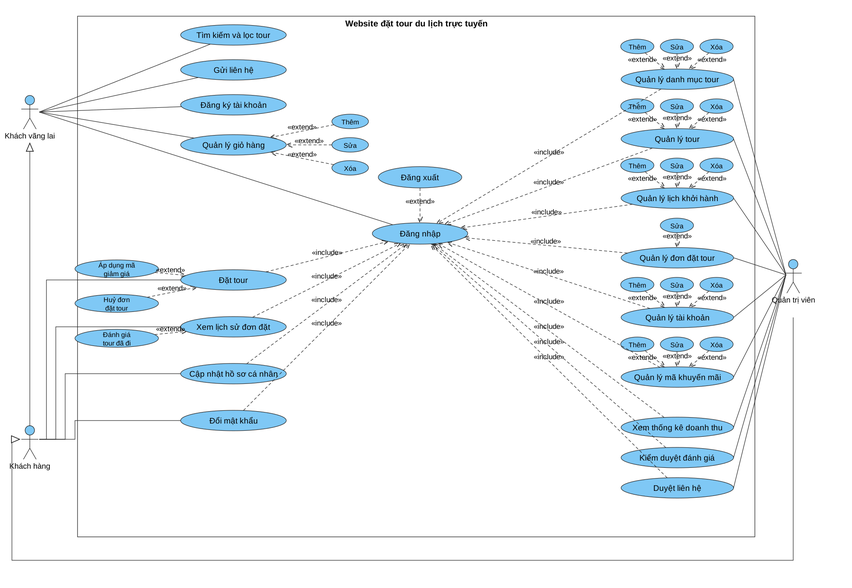
Above: docs/report/diagrams/png/UseCase_TongQuat.png in kanele05/project_www (PlantUML), before the change. Its source is kept beside it as docs/report/diagrams/src/UseCase_TongQuat.puml. Its diagram source:
```plantuml
@startuml UseCase_TongQuat_auto
left to right direction
skinparam dpi 140
skinparam defaultFontName "Liberation Sans"
skinparam defaultFontSize 12
skinparam backgroundColor white
skinparam shadowing false
skinparam ArrowColor black
skinparam ActorBackgroundColor #80CBF5
skinparam ActorBorderColor black
skinparam usecase {
  BackgroundColor #80CBF5
  BorderColor black
  BorderThickness 1
  ArrowColor black
}
skinparam rectangle {
  BackgroundColor white
  BorderColor black
  FontStyle bold
}
skinparam packageStyle rectangle

actor "Khách vãng lai" as KVL
actor "Khách hàng" as KH
actor "Quản trị viên" as QT

rectangle "Website đặt tour du lịch trực tuyến" {
  usecase "Tìm kiếm và lọc tour" as tk
  usecase "Gửi liên hệ" as lh
  usecase "Đăng ký tài khoản" as dk
  usecase "Quản lý giỏ hàng" as gh
  usecase "Thêm" as gh1
  usecase "Sửa" as gh2
  usecase "Xóa" as gh3
  usecase "Đăng nhập" as dn
  usecase "Đăng xuất" as dx
  usecase "Đặt tour" as dt
  usecase "Áp dụng mã\ngiảm giá" as mgg
  usecase "Huỷ đơn\nđặt tour" as hd
  usecase "Xem lịch sử đơn đặt" as ls
  usecase "Đánh giá\ntour đã đi" as dg
  usecase "Cập nhật hồ sơ cá nhân" as hs
  usecase "Đổi mật khẩu" as mk

  usecase "Quản lý danh mục tour" as q1
  usecase "Quản lý tour" as q2
  usecase "Quản lý lịch khởi hành" as q3
  usecase "Quản lý đơn đặt tour" as q4
  usecase "Quản lý tài khoản" as q5
  usecase "Quản lý mã khuyến mãi" as q6
  usecase "Xem thống kê doanh thu" as tkdt
  usecase "Kiểm duyệt đánh giá" as kd
  usecase "Duyệt liên hệ" as dlh

  usecase "Thêm" as a1
  usecase "Sửa" as b1
  usecase "Xóa" as c1
  usecase "Thêm" as a2
  usecase "Sửa" as b2
  usecase "Xóa" as c2
  usecase "Thêm" as a3
  usecase "Sửa" as b3
  usecase "Xóa" as c3
  usecase "Thêm" as a5
  usecase "Sửa" as b5
  usecase "Xóa" as c5
  usecase "Thêm" as a6
  usecase "Sửa" as b6
  usecase "Xóa" as c6
  usecase "Cập nhật\ntrạng thái đơn" as o1
  usecase "Sửa số khách" as o2
  usecase "Ghi nhận\nthanh toán" as o3
}

KVL -- tk
KVL -- lh
KVL -- dk
KVL -- gh
KVL -- dn
KH --|> KVL
QT --|> KH
KH -- dt
KH -- ls
KH -- hs
KH -- mk

gh1 .> gh : <<extend>>
gh2 .> gh : <<extend>>
gh3 .> gh : <<extend>>
dx .> dn : <<extend>>
mgg .> dt : <<extend>>
hd .> dt : <<extend>>
dg .> ls : <<extend>>

dt ..> dn : <<include>>
ls ..> dn : <<include>>
hs ..> dn : <<include>>
mk ..> dn : <<include>>

QT -- q1
QT -- q2
QT -- q3
QT -- q4
QT -- q5
QT -- q6
QT -- tkdt
QT -- kd
QT -- dlh
q1 ..> dn : <<include>>
q2 ..> dn : <<include>>
q3 ..> dn : <<include>>
q4 ..> dn : <<include>>
q5 ..> dn : <<include>>
q6 ..> dn : <<include>>
tkdt ..> dn : <<include>>
kd ..> dn : <<include>>
dlh ..> dn : <<include>>

a1 .> q1 : <<extend>>
b1 .> q1 : <<extend>>
c1 .> q1 : <<extend>>
a2 .> q2 : <<extend>>
b2 .> q2 : <<extend>>
c2 .> q2 : <<extend>>
a3 .> q3 : <<extend>>
b3 .> q3 : <<extend>>
c3 .> q3 : <<extend>>
o1 .> q4 : <<extend>>
o2 .> q4 : <<extend>>
o3 .> q4 : <<extend>>
a5 .> q5 : <<extend>>
b5 .> q5 : <<extend>>
c5 .> q5 : <<extend>>
a6 .> q6 : <<extend>>
b6 .> q6 : <<extend>>
c6 .> q6 : <<extend>>
@enduml
```
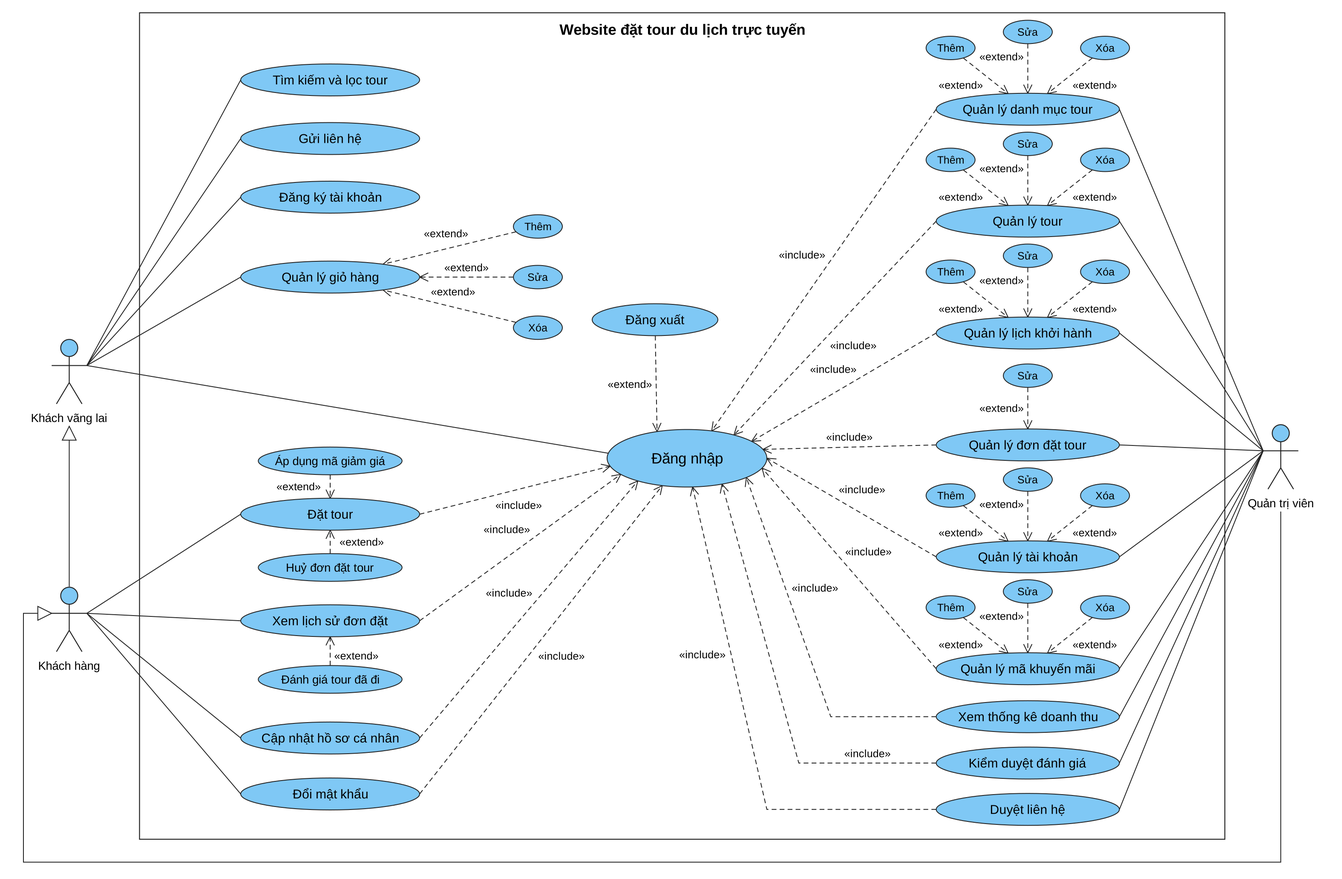
The same file after the commit.

Change to the diagram source:
```diff
@@ -68,9 +68,7 @@
   usecase "Thêm" as a6
   usecase "Sửa" as b6
   usecase "Xóa" as c6
-  usecase "Cập nhật\ntrạng thái đơn" as o1
-  usecase "Sửa số khách" as o2
-  usecase "Ghi nhận\nthanh toán" as o3
+  usecase "Sửa" as b4
 }
 
 KVL -- tk
@@ -126,9 +124,7 @@
 a3 .> q3 : <<extend>>
 b3 .> q3 : <<extend>>
 c3 .> q3 : <<extend>>
-o1 .> q4 : <<extend>>
-o2 .> q4 : <<extend>>
-o3 .> q4 : <<extend>>
+b4 .> q4 : <<extend>>
 a5 .> q5 : <<extend>>
 b5 .> q5 : <<extend>>
 c5 .> q5 : <<extend>>
```
